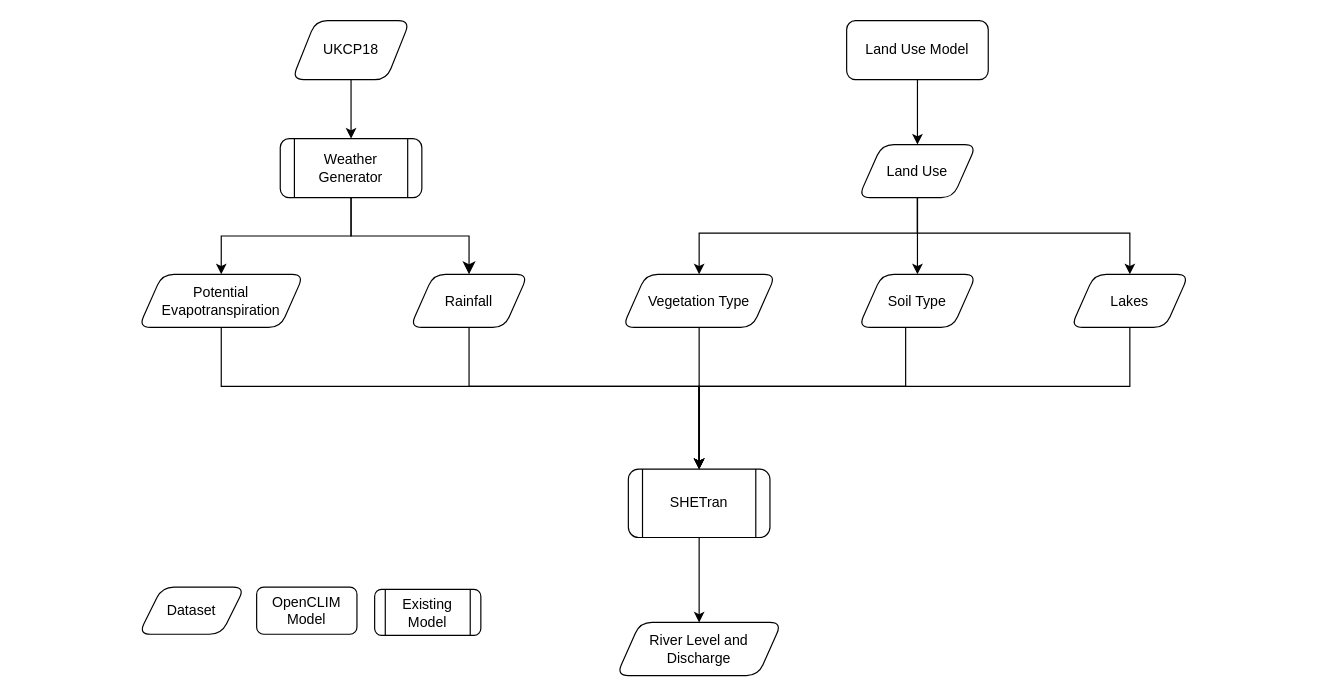
Earlier version of the draw.io diagram land-use/openclim-land-use-workflow.drawio (OpenCLIM/workflow-diagrams). Source tidied: cells renumbered, new cells numbered last; positions are measured from the earlier drawing's top-left corner, leaving out a move shared by most shapes. Both pictures are drawn from the tidied source at 118%, with x=0, y=0 at pixel (138, 20).
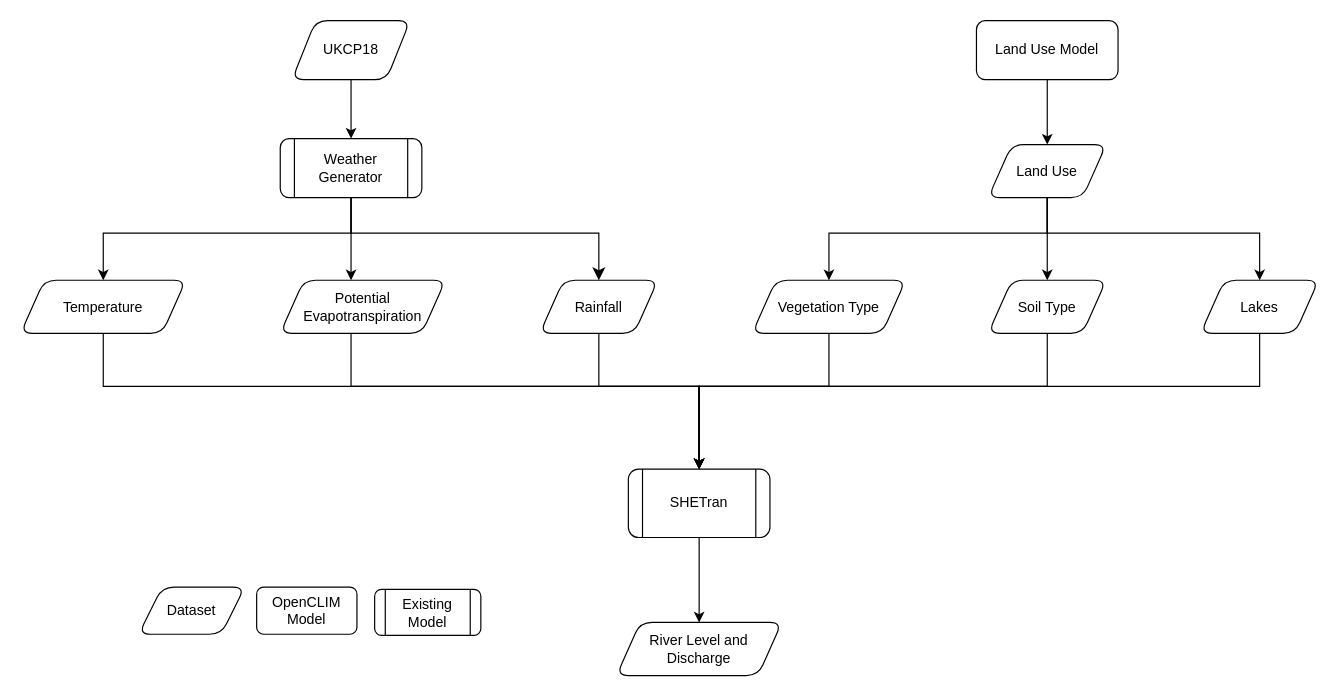
After the change.

The change refers to these unchanged cells:
```xml
<mxCell id="4" value="Weather Generator" style="shape=process;whiteSpace=wrap;html=1;backgroundOutline=1;shadow=0;fontFamily=Helvetica;fontSize=12;fontColor=#000000;align=center;strokeColor=#000000;strokeWidth=1;fillColor=#ffffff;rounded=1;" parent="1" vertex="1">
  <mxGeometry x="120" y="100" width="120" height="50" as="geometry" />
</mxCell>
<mxCell id="8" value="SHETran" style="shape=process;whiteSpace=wrap;html=1;backgroundOutline=1;shadow=0;fontFamily=Helvetica;fontSize=12;fontColor=#000000;align=center;strokeColor=#000000;strokeWidth=1;fillColor=#ffffff;rounded=1;" parent="1" vertex="1">
  <mxGeometry x="415" y="380" width="120" height="58" as="geometry" />
</mxCell>
```

Diff of the diagram source:
```diff
@@
     <mxCell id="2" style="rounded=0;html=1;jettySize=auto;fontSize=11;endArrow=classic;endFill=1;endSize=8;strokeWidth=1;shadow=0;labelBackgroundColor=none;edgeStyle=orthogonalEdgeStyle;entryX=0.5;entryY=0;entryDx=0;entryDy=0;" parent="1" edge="1" source="4" target="10">
-      <mxGeometry relative="1" as="geometry" />
+      <mxGeometry relative="1" as="geometry">
+        <Array as="points">
+          <mxPoint x="180" y="180" />
+          <mxPoint x="390" y="180" />
+        </Array>
+      </mxGeometry>
     </mxCell>
     <mxCell id="3" style="edgeStyle=orthogonalEdgeStyle;rounded=0;jettySize=auto;html=1;" parent="1" edge="1" source="4" target="28">
-      <mxGeometry relative="1" as="geometry" />
+      <mxGeometry relative="1" as="geometry">
+        <Array as="points">
+          <mxPoint x="180" y="200" />
+          <mxPoint x="180" y="200" />
+        </Array>
+      </mxGeometry>
     </mxCell>
+    <mxCell id="29" style="edgeStyle=orthogonalEdgeStyle;rounded=0;jettySize=auto;html=1;" parent="1" edge="1" source="4" target="31">
+      <mxGeometry relative="1" as="geometry">
+        <Array as="points">
+          <mxPoint x="180" y="180" />
+          <mxPoint x="-30" y="180" />
+        </Array>
+      </mxGeometry>
+    </mxCell>
@@
     <mxCell id="9" style="edgeStyle=orthogonalEdgeStyle;rounded=0;jettySize=auto;html=1;entryX=0.5;entryY=0;entryDx=0;entryDy=0;" parent="1" edge="1" source="10" target="8">
       <mxGeometry relative="1" as="geometry">
         <Array as="points">
-          <mxPoint x="280" y="310" />
+          <mxPoint x="390" y="310" />
           <mxPoint x="475" y="310" />
         </Array>
       </mxGeometry>
     </mxCell>
     <mxCell id="10" value="Rainfall" style="shape=parallelogram;perimeter=parallelogramPerimeter;whiteSpace=wrap;html=1;fixedSize=1;rounded=1;" parent="1" vertex="1">
-      <mxGeometry x="230" y="215" width="100" height="45" as="geometry" />
+      <mxGeometry x="340" y="220" width="100" height="45" as="geometry" />
     </mxCell>
@@
     <mxCell id="15" value="Land Use Model" style="rounded=1;whiteSpace=wrap;html=1;shadow=0;fontFamily=Helvetica;fontSize=12;fontColor=#000000;align=center;strokeColor=#000000;strokeWidth=1;fillColor=#ffffff;" parent="1" vertex="1">
-      <mxGeometry x="600" width="120" height="50" as="geometry" />
+      <mxGeometry x="710" width="120" height="50" as="geometry" />
     </mxCell>
@@
     <mxCell id="17" style="edgeStyle=orthogonalEdgeStyle;rounded=0;jettySize=auto;html=1;" parent="1" edge="1" source="20" target="22">
       <mxGeometry relative="1" as="geometry">
         <Array as="points">
-          <mxPoint x="660" y="180" />
-          <mxPoint x="475" y="180" />
+          <mxPoint x="770" y="180" />
+          <mxPoint x="585" y="180" />
         </Array>
       </mxGeometry>
     </mxCell>
     <mxCell id="18" style="edgeStyle=orthogonalEdgeStyle;rounded=0;jettySize=auto;html=1;" parent="1" edge="1" source="20" target="24">
-      <mxGeometry relative="1" as="geometry" />
+      <mxGeometry relative="1" as="geometry">
+        <Array as="points">
+          <mxPoint x="770" y="160" />
+          <mxPoint x="770" y="160" />
+        </Array>
+      </mxGeometry>
     </mxCell>
     <mxCell id="19" style="edgeStyle=orthogonalEdgeStyle;rounded=0;jettySize=auto;html=1;" parent="1" edge="1" source="20" target="26">
       <mxGeometry relative="1" as="geometry">
         <Array as="points">
-          <mxPoint x="660" y="180" />
-          <mxPoint x="840" y="180" />
+          <mxPoint x="770" y="180" />
+          <mxPoint x="950" y="180" />
         </Array>
       </mxGeometry>
     </mxCell>
     <mxCell id="20" value="Land Use" style="shape=parallelogram;perimeter=parallelogramPerimeter;whiteSpace=wrap;html=1;fixedSize=1;rounded=1;" parent="1" vertex="1">
-      <mxGeometry x="610" y="105" width="100" height="45" as="geometry" />
+      <mxGeometry x="720" y="105" width="100" height="45" as="geometry" />
     </mxCell>
     <mxCell id="21" style="edgeStyle=orthogonalEdgeStyle;rounded=0;jettySize=auto;html=1;" parent="1" edge="1" source="22" target="8">
       <mxGeometry relative="1" as="geometry">
         <Array as="points">
-          <mxPoint x="475" y="290" />
-          <mxPoint x="475" y="290" />
+          <mxPoint x="585" y="310" />
+          <mxPoint x="475" y="310" />
         </Array>
       </mxGeometry>
     </mxCell>
     <mxCell id="22" value="Vegetation Type" style="shape=parallelogram;perimeter=parallelogramPerimeter;whiteSpace=wrap;html=1;fixedSize=1;rounded=1;" parent="1" vertex="1">
-      <mxGeometry x="410" y="215" width="130" height="45" as="geometry" />
+      <mxGeometry x="520" y="220" width="130" height="45" as="geometry" />
     </mxCell>
     <mxCell id="23" style="edgeStyle=orthogonalEdgeStyle;rounded=0;jettySize=auto;html=1;" parent="1" edge="1" source="24" target="8">
       <mxGeometry relative="1" as="geometry">
         <Array as="points">
-          <mxPoint x="650" y="310" />
+          <mxPoint x="770" y="310" />
           <mxPoint x="475" y="310" />
         </Array>
       </mxGeometry>
     </mxCell>
     <mxCell id="24" value="Soil Type" style="shape=parallelogram;perimeter=parallelogramPerimeter;whiteSpace=wrap;html=1;fixedSize=1;rounded=1;" parent="1" vertex="1">
-      <mxGeometry x="610" y="215" width="100" height="45" as="geometry" />
+      <mxGeometry x="720" y="220" width="100" height="45" as="geometry" />
     </mxCell>
     <mxCell id="25" style="edgeStyle=orthogonalEdgeStyle;rounded=0;jettySize=auto;html=1;" parent="1" edge="1" source="26" target="8">
       <mxGeometry relative="1" as="geometry">
         <Array as="points">
-          <mxPoint x="840" y="310" />
+          <mxPoint x="950" y="310" />
           <mxPoint x="475" y="310" />
         </Array>
       </mxGeometry>
     </mxCell>
     <mxCell id="26" value="Lakes" style="shape=parallelogram;perimeter=parallelogramPerimeter;whiteSpace=wrap;html=1;fixedSize=1;rounded=1;" parent="1" vertex="1">
-      <mxGeometry x="790" y="215" width="100" height="45" as="geometry" />
+      <mxGeometry x="900" y="220" width="100" height="45" as="geometry" />
     </mxCell>
     <mxCell id="27" style="edgeStyle=orthogonalEdgeStyle;rounded=0;jettySize=auto;html=1;" parent="1" edge="1" source="28" target="8">
       <mxGeometry relative="1" as="geometry">
         <Array as="points">
-          <mxPoint x="70" y="310" />
+          <mxPoint x="180" y="243" />
+          <mxPoint x="180" y="310" />
           <mxPoint x="475" y="310" />
         </Array>
       </mxGeometry>
     </mxCell>
     <mxCell id="28" value="Potential Evapotranspiration" style="shape=parallelogram;perimeter=parallelogramPerimeter;whiteSpace=wrap;html=1;fixedSize=1;rounded=1;" parent="1" vertex="1">
-      <mxGeometry y="215" width="140" height="45" as="geometry" />
+      <mxGeometry x="120" y="220" width="140" height="45" as="geometry" />
     </mxCell>
+    <mxCell id="30" style="edgeStyle=orthogonalEdgeStyle;rounded=0;jettySize=auto;html=1;" parent="1" edge="1" source="31" target="8">
+      <mxGeometry relative="1" as="geometry">
+        <Array as="points">
+          <mxPoint x="-30" y="310" />
+          <mxPoint x="475" y="310" />
+        </Array>
+      </mxGeometry>
+    </mxCell>
+    <mxCell id="31" value="Temperature" style="shape=parallelogram;perimeter=parallelogramPerimeter;whiteSpace=wrap;html=1;fixedSize=1;rounded=1;" parent="1" vertex="1">
+      <mxGeometry x="-100" y="220" width="140" height="45" as="geometry" />
+    </mxCell>
```
